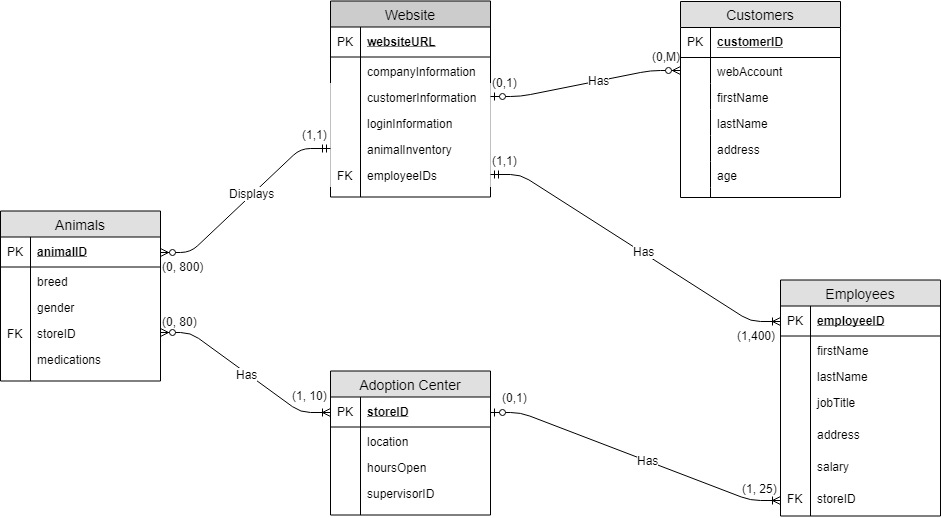
Before: Group Assignment 2.png, a diagram exported from draw.io (mtu5017/IST210). Source tidied: cells renumbered, new cells last; positions are measured from the earlier drawing's top-left corner, leaving out a move shared by most shapes.
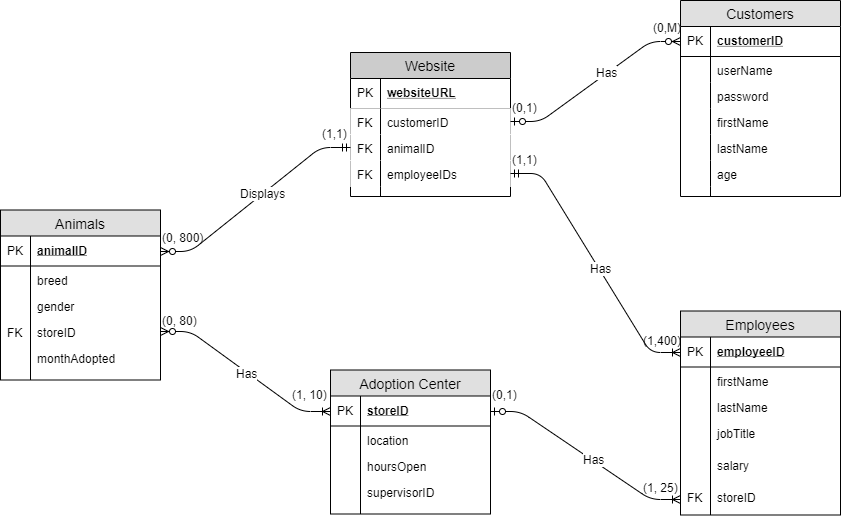
Later version of the same file.

Change to the diagram source:
```diff
@@ -3,7 +3,7 @@
     <mxCell id="0" />
     <mxCell id="1" parent="0" />
     <mxCell id="2" value="Employees" style="swimlane;fontStyle=0;horizontal=1;startSize=26;fillColor=#e0e0e0;swimlaneFillColor=#ffffff;align=center;fontSize=14;" parent="1" vertex="1">
-      <mxGeometry x="780" y="278.5" width="160" height="236" as="geometry" />
+      <mxGeometry x="680" y="310.5" width="160" height="204" as="geometry" />
     </mxCell>
     <mxCell id="3" value="employeeID" style="shape=partialRectangle;top=0;left=0;right=0;bottom=1;align=left;verticalAlign=middle;fillColor=none;spacingLeft=34;spacingRight=4;overflow=hidden;points=[[0,0.5],[1,0.5]];portConstraint=eastwest;fontStyle=5;fontSize=12;" parent="2" vertex="1">
       <mxGeometry y="26" width="160" height="30" as="geometry" />
@@ -35,20 +35,14 @@
     <mxCell id="12" style="shape=partialRectangle;top=0;left=0;bottom=0;fillColor=none;align=left;verticalAlign=top;spacingLeft=4;spacingRight=4;overflow=hidden;fontSize=12;" parent="11" vertex="1">
       <mxGeometry width="30" height="32" as="geometry" />
     </mxCell>
-    <mxCell id="13" value="address" style="shape=partialRectangle;top=0;left=0;right=0;bottom=0;align=left;verticalAlign=top;fillColor=none;spacingLeft=34;spacingRight=4;overflow=hidden;fontSize=12;" parent="2" vertex="1">
-      <mxGeometry y="140" width="160" height="32" as="geometry" />
-    </mxCell>
-    <mxCell id="14" style="shape=partialRectangle;top=0;left=0;bottom=0;fillColor=none;align=left;verticalAlign=top;spacingLeft=4;spacingRight=4;overflow=hidden;fontSize=12;" parent="13" vertex="1">
-      <mxGeometry width="30" height="32" as="geometry" />
-    </mxCell>
     <mxCell id="15" value="salary" style="shape=partialRectangle;top=0;left=0;right=0;bottom=0;align=left;verticalAlign=top;fillColor=none;spacingLeft=34;spacingRight=4;overflow=hidden;fontSize=12;" parent="2" vertex="1">
-      <mxGeometry y="172" width="160" height="32" as="geometry" />
+      <mxGeometry y="140" width="160" height="32" as="geometry" />
     </mxCell>
     <mxCell id="16" style="shape=partialRectangle;top=0;left=0;bottom=0;fillColor=none;align=left;verticalAlign=top;spacingLeft=4;spacingRight=4;overflow=hidden;fontSize=12;" parent="15" vertex="1">
       <mxGeometry width="30" height="32" as="geometry" />
     </mxCell>
     <mxCell id="17" value="storeID" style="shape=partialRectangle;top=0;left=0;right=0;bottom=0;align=left;verticalAlign=top;fillColor=none;spacingLeft=34;spacingRight=4;overflow=hidden;points=[[0,0.5],[1,0.5]];portConstraint=eastwest;fontSize=12;" parent="2" vertex="1">
-      <mxGeometry y="204" width="160" height="32" as="geometry" />
+      <mxGeometry y="172" width="160" height="32" as="geometry" />
     </mxCell>
     <mxCell id="18" value="FK" style="shape=partialRectangle;top=0;left=0;bottom=0;fillColor=none;align=left;verticalAlign=top;spacingLeft=4;spacingRight=4;overflow=hidden;fontSize=12;" parent="17" vertex="1">
       <mxGeometry width="30" height="32" as="geometry" />
@@ -80,12 +74,12 @@
     <mxCell id="27" value="FK" style="shape=partialRectangle;top=0;left=0;bottom=0;fillColor=none;align=left;verticalAlign=top;spacingLeft=4;spacingRight=4;overflow=hidden;fontSize=12;" parent="26" vertex="1">
       <mxGeometry width="30" height="26" as="geometry" />
     </mxCell>
-    <mxCell id="28" value="medications" style="shape=partialRectangle;top=0;left=0;right=0;bottom=0;align=left;verticalAlign=top;fillColor=none;spacingLeft=34;spacingRight=4;overflow=hidden;fontSize=12;" parent="19" vertex="1">
-      <mxGeometry y="134" width="160" height="26" as="geometry" />
-    </mxCell>
-    <mxCell id="29" style="shape=partialRectangle;top=0;left=0;bottom=0;fillColor=none;align=left;verticalAlign=top;spacingLeft=4;spacingRight=4;overflow=hidden;fontSize=12;" parent="28" vertex="1">
-      <mxGeometry width="30" height="26" as="geometry" />
-    </mxCell>
+    <mxCell id="93" value="monthAdopted" style="shape=partialRectangle;top=0;left=0;right=0;bottom=0;align=left;verticalAlign=top;fillColor=none;spacingLeft=34;spacingRight=4;overflow=hidden;fontSize=12;" parent="19" vertex="1">
+      <mxGeometry y="134" width="160" height="26" as="geometry" />
+    </mxCell>
+    <mxCell id="94" style="shape=partialRectangle;top=0;left=0;bottom=0;fillColor=none;align=left;verticalAlign=top;spacingLeft=4;spacingRight=4;overflow=hidden;fontSize=12;" parent="93" vertex="1">
+      <mxGeometry width="30" height="26" as="geometry" />
+    </mxCell>
     <mxCell id="30" style="shape=partialRectangle;top=0;left=0;right=0;bottom=0;align=left;verticalAlign=top;fillColor=none;spacingLeft=34;spacingRight=4;overflow=hidden;fontSize=12;" parent="19" vertex="1">
       <mxGeometry y="160" width="160" height="10" as="geometry" />
     </mxCell>
@@ -134,25 +128,25 @@
     <mxCell id="45" value="PK" style="shape=partialRectangle;top=0;left=0;bottom=0;fillColor=none;align=left;verticalAlign=middle;spacingLeft=4;spacingRight=4;overflow=hidden;fontSize=12;" parent="44" vertex="1">
       <mxGeometry width="30" height="30" as="geometry" />
     </mxCell>
-    <mxCell id="46" value="webAccount" style="shape=partialRectangle;top=0;left=0;right=0;bottom=0;align=left;verticalAlign=top;fillColor=none;spacingLeft=34;spacingRight=4;overflow=hidden;points=[[0,0.5],[1,0.5]];portConstraint=eastwest;fontSize=12;" parent="43" vertex="1">
+    <mxCell id="46" value="userName&#10;" style="shape=partialRectangle;top=0;left=0;right=0;bottom=0;align=left;verticalAlign=top;fillColor=none;spacingLeft=34;spacingRight=4;overflow=hidden;points=[[0,0.5],[1,0.5]];portConstraint=eastwest;fontSize=12;" parent="43" vertex="1">
       <mxGeometry y="56" width="160" height="26" as="geometry" />
     </mxCell>
     <mxCell id="47" style="shape=partialRectangle;top=0;left=0;bottom=0;fillColor=none;align=left;verticalAlign=top;spacingLeft=4;spacingRight=4;overflow=hidden;fontSize=12;" parent="46" vertex="1">
       <mxGeometry width="30" height="26" as="geometry" />
     </mxCell>
-    <mxCell id="48" value="firstName" style="shape=partialRectangle;top=0;left=0;right=0;bottom=0;align=left;verticalAlign=top;fillColor=none;spacingLeft=34;spacingRight=4;overflow=hidden;fontSize=12;" parent="43" vertex="1">
+    <mxCell id="48" value="password" style="shape=partialRectangle;top=0;left=0;right=0;bottom=0;align=left;verticalAlign=top;fillColor=none;spacingLeft=34;spacingRight=4;overflow=hidden;fontSize=12;" parent="43" vertex="1">
       <mxGeometry y="82" width="160" height="26" as="geometry" />
     </mxCell>
     <mxCell id="49" style="shape=partialRectangle;top=0;left=0;bottom=0;fillColor=none;align=left;verticalAlign=top;spacingLeft=4;spacingRight=4;overflow=hidden;fontSize=12;" parent="48" vertex="1">
       <mxGeometry width="30" height="26" as="geometry" />
     </mxCell>
-    <mxCell id="50" value="lastName" style="shape=partialRectangle;top=0;left=0;right=0;bottom=0;align=left;verticalAlign=top;fillColor=none;spacingLeft=34;spacingRight=4;overflow=hidden;fontSize=12;" parent="43" vertex="1">
+    <mxCell id="50" value="firstName" style="shape=partialRectangle;top=0;left=0;right=0;bottom=0;align=left;verticalAlign=top;fillColor=none;spacingLeft=34;spacingRight=4;overflow=hidden;fontSize=12;" parent="43" vertex="1">
       <mxGeometry y="108" width="160" height="26" as="geometry" />
     </mxCell>
     <mxCell id="51" style="shape=partialRectangle;top=0;left=0;bottom=0;fillColor=none;align=left;verticalAlign=top;spacingLeft=4;spacingRight=4;overflow=hidden;fontSize=12;" parent="50" vertex="1">
       <mxGeometry width="30" height="26" as="geometry" />
     </mxCell>
-    <mxCell id="52" value="address" style="shape=partialRectangle;top=0;left=0;right=0;bottom=0;align=left;verticalAlign=top;fillColor=none;spacingLeft=34;spacingRight=4;overflow=hidden;fontSize=12;" parent="43" vertex="1">
+    <mxCell id="52" value="lastName" style="shape=partialRectangle;top=0;left=0;right=0;bottom=0;align=left;verticalAlign=top;fillColor=none;spacingLeft=34;spacingRight=4;overflow=hidden;fontSize=12;" parent="43" vertex="1">
       <mxGeometry y="134" width="160" height="26" as="geometry" />
     </mxCell>
     <mxCell id="53" style="shape=partialRectangle;top=0;left=0;bottom=0;fillColor=none;align=left;verticalAlign=top;spacingLeft=4;spacingRight=4;overflow=hidden;fontSize=12;" parent="52" vertex="1">
@@ -171,7 +165,7 @@
       <mxGeometry width="30" height="10" as="geometry" />
     </mxCell>
     <mxCell id="58" value="Website" style="swimlane;fontStyle=0;horizontal=1;startSize=26;fillColor=#CCCCCC;swimlaneFillColor=#ffffff;align=center;fontSize=14;gradientColor=none;" parent="1" vertex="1">
-      <mxGeometry x="330" y="-0.5" width="160" height="196" as="geometry" />
+      <mxGeometry x="350" y="52" width="160" height="144" as="geometry" />
     </mxCell>
     <mxCell id="59" value="websiteURL" style="shape=partialRectangle;top=0;left=0;right=0;bottom=1;align=left;verticalAlign=middle;fillColor=none;spacingLeft=34;spacingRight=4;overflow=hidden;fontStyle=5;fontSize=12;" parent="58" vertex="1">
       <mxGeometry y="26" width="160" height="30" as="geometry" />
@@ -179,38 +173,26 @@
     <mxCell id="60" value="PK" style="shape=partialRectangle;top=0;left=0;bottom=0;fillColor=none;align=left;verticalAlign=middle;spacingLeft=4;spacingRight=4;overflow=hidden;fontSize=12;" parent="59" vertex="1">
       <mxGeometry width="30" height="30" as="geometry" />
     </mxCell>
-    <mxCell id="61" value="companyInformation" style="shape=partialRectangle;top=0;left=0;right=0;bottom=0;align=left;verticalAlign=top;fillColor=none;spacingLeft=34;spacingRight=4;overflow=hidden;fontSize=12;" parent="58" vertex="1">
-      <mxGeometry y="56" width="160" height="26" as="geometry" />
-    </mxCell>
-    <mxCell id="62" style="shape=partialRectangle;top=0;left=0;bottom=0;fillColor=none;align=left;verticalAlign=top;spacingLeft=4;spacingRight=4;overflow=hidden;fontSize=12;" parent="61" vertex="1">
-      <mxGeometry width="30" height="26" as="geometry" />
-    </mxCell>
-    <mxCell id="63" value="customerInformation" style="shape=partialRectangle;top=0;left=0;right=0;bottom=0;align=left;verticalAlign=top;spacingLeft=34;spacingRight=4;overflow=hidden;points=[[0,0.5],[1,0.5]];portConstraint=eastwest;fontSize=12;strokeColor=#000000;shadow=0;" parent="58" vertex="1">
-      <mxGeometry y="82" width="160" height="26" as="geometry" />
+    <mxCell id="63" value="customerID" style="shape=partialRectangle;top=0;left=0;right=0;bottom=0;align=left;verticalAlign=top;spacingLeft=34;spacingRight=4;overflow=hidden;points=[[0,0.5],[1,0.5]];portConstraint=eastwest;fontSize=12;strokeColor=#000000;shadow=0;" parent="58" vertex="1">
+      <mxGeometry y="56" width="160" height="26" as="geometry" />
     </mxCell>
-    <mxCell id="64" style="shape=partialRectangle;top=0;left=0;bottom=0;fillColor=none;align=left;verticalAlign=top;spacingLeft=4;spacingRight=4;overflow=hidden;fontSize=12;" parent="63" vertex="1">
+    <mxCell id="64" value="FK" style="shape=partialRectangle;top=0;left=0;bottom=0;fillColor=none;align=left;verticalAlign=top;spacingLeft=4;spacingRight=4;overflow=hidden;fontSize=12;" parent="63" vertex="1">
       <mxGeometry width="30" height="26" as="geometry" />
     </mxCell>
-    <mxCell id="65" value="loginInformation" style="shape=partialRectangle;top=0;left=0;right=0;bottom=0;align=left;verticalAlign=top;spacingLeft=34;spacingRight=4;overflow=hidden;fontSize=12;strokeColor=#000000;" parent="58" vertex="1">
-      <mxGeometry y="108" width="160" height="26" as="geometry" />
-    </mxCell>
-    <mxCell id="66" style="shape=partialRectangle;top=0;left=0;bottom=0;fillColor=none;align=left;verticalAlign=top;spacingLeft=4;spacingRight=4;overflow=hidden;fontSize=12;" parent="65" vertex="1">
-      <mxGeometry width="30" height="26" as="geometry" />
-    </mxCell>
-    <mxCell id="67" value="animalInventory" style="shape=partialRectangle;top=0;left=0;right=0;bottom=0;align=left;verticalAlign=top;spacingLeft=34;spacingRight=4;overflow=hidden;points=[[0,0.5],[1,0.5]];portConstraint=eastwest;fontSize=12;strokeColor=#000000;" parent="58" vertex="1">
-      <mxGeometry y="134" width="160" height="26" as="geometry" />
+    <mxCell id="67" value="animalID" style="shape=partialRectangle;top=0;left=0;right=0;bottom=0;align=left;verticalAlign=top;spacingLeft=34;spacingRight=4;overflow=hidden;points=[[0,0.5],[1,0.5]];portConstraint=eastwest;fontSize=12;strokeColor=#000000;" parent="58" vertex="1">
+      <mxGeometry y="82" width="160" height="26" as="geometry" />
     </mxCell>
-    <mxCell id="68" style="shape=partialRectangle;top=0;left=0;bottom=0;fillColor=none;align=left;verticalAlign=top;spacingLeft=4;spacingRight=4;overflow=hidden;fontSize=12;" parent="67" vertex="1">
+    <mxCell id="68" value="FK" style="shape=partialRectangle;top=0;left=0;bottom=0;fillColor=none;align=left;verticalAlign=top;spacingLeft=4;spacingRight=4;overflow=hidden;fontSize=12;" parent="67" vertex="1">
       <mxGeometry width="30" height="26" as="geometry" />
     </mxCell>
     <mxCell id="69" value="employeeIDs" style="shape=partialRectangle;top=0;left=0;right=0;bottom=0;align=left;verticalAlign=top;spacingLeft=34;spacingRight=4;overflow=hidden;points=[[0,0.5],[1,0.5]];portConstraint=eastwest;fontSize=12;strokeColor=#000000;" parent="58" vertex="1">
-      <mxGeometry y="160" width="160" height="26" as="geometry" />
+      <mxGeometry y="108" width="160" height="26" as="geometry" />
     </mxCell>
     <mxCell id="70" value="FK" style="shape=partialRectangle;top=0;left=0;bottom=0;fillColor=none;align=left;verticalAlign=top;spacingLeft=4;spacingRight=4;overflow=hidden;fontSize=12;" parent="69" vertex="1">
       <mxGeometry width="30" height="26" as="geometry" />
     </mxCell>
     <mxCell id="71" style="shape=partialRectangle;top=0;left=0;right=0;bottom=0;align=left;verticalAlign=top;fillColor=none;spacingLeft=34;spacingRight=4;overflow=hidden;fontSize=12;" parent="58" vertex="1">
-      <mxGeometry y="186" width="160" height="10" as="geometry" />
+      <mxGeometry y="134" width="160" height="10" as="geometry" />
     </mxCell>
     <mxCell id="72" style="shape=partialRectangle;top=0;left=0;bottom=0;fillColor=none;align=left;verticalAlign=top;spacingLeft=4;spacingRight=4;overflow=hidden;fontSize=12;" parent="71" vertex="1">
       <mxGeometry width="30" height="10" as="geometry" />
@@ -234,10 +216,10 @@
       <mxGeometry x="0.08" y="1" relative="1" as="geometry" />
     </mxCell>
     <mxCell id="79" value="(0,1)" style="text;html=1;align=left;verticalAlign=top;spacingTop=-4;" parent="1" vertex="1">
-      <mxGeometry x="500" y="386.5" width="40" height="20" as="geometry" />
+      <mxGeometry x="490" y="384.5" width="40" height="20" as="geometry" />
     </mxCell>
     <mxCell id="80" value="(1, 25)" style="text;html=1;align=left;verticalAlign=top;spacingTop=-4;" parent="1" vertex="1">
-      <mxGeometry x="740" y="477.5" width="50" height="20" as="geometry" />
+      <mxGeometry x="641" y="478" width="50" height="20" as="geometry" />
     </mxCell>
     <mxCell id="81" style="edgeStyle=entityRelationEdgeStyle;fontSize=12;html=1;endArrow=ERmandOne;endFill=0;exitX=1;exitY=0.5;exitDx=0;exitDy=0;entryX=0;entryY=0.5;entryDx=0;entryDy=0;startArrow=ERzeroToMany;startFill=1;" parent="1" edge="1" source="20" target="67">
       <mxGeometry relative="1" as="geometry" />
@@ -248,22 +230,22 @@
       </mxGeometry>
     </mxCell>
     <mxCell id="83" value="(0, 800)" style="text;html=1;align=left;verticalAlign=top;spacingTop=-4;" parent="1" vertex="1">
-      <mxGeometry x="160" y="255.5" width="60" height="20" as="geometry" />
+      <mxGeometry x="160" y="228" width="60" height="20" as="geometry" />
     </mxCell>
     <mxCell id="84" value="(1,1)" style="text;html=1;align=left;verticalAlign=top;spacingTop=-4;" parent="1" vertex="1">
-      <mxGeometry x="300" y="123.5" width="40" height="20" as="geometry" />
+      <mxGeometry x="320" y="124" width="40" height="20" as="geometry" />
     </mxCell>
-    <mxCell id="85" style="edgeStyle=entityRelationEdgeStyle;fontSize=12;html=1;endArrow=ERzeroToMany;exitX=1;exitY=0.5;exitDx=0;exitDy=0;entryX=0;entryY=0.5;entryDx=0;entryDy=0;startArrow=ERzeroToOne;startFill=1;endFill=1;" parent="1" edge="1" source="63" target="46">
+    <mxCell id="85" style="edgeStyle=entityRelationEdgeStyle;fontSize=12;html=1;endArrow=ERzeroToMany;exitX=1;exitY=0.5;exitDx=0;exitDy=0;entryX=0;entryY=0.5;entryDx=0;entryDy=0;startArrow=ERzeroToOne;startFill=1;endFill=1;" parent="1" edge="1" source="63" target="44">
       <mxGeometry relative="1" as="geometry" />
     </mxCell>
     <mxCell id="86" value="Has" style="text;html=1;align=center;verticalAlign=middle;labelBackgroundColor=#ffffff;" parent="85" vertex="1">
       <mxGeometry x="0.14" y="1" relative="1" as="geometry" />
     </mxCell>
     <mxCell id="87" value="(0,1)" style="text;html=1;align=left;verticalAlign=top;spacingTop=-4;" parent="1" vertex="1">
-      <mxGeometry x="490" y="71.5" width="40" height="20" as="geometry" />
+      <mxGeometry x="510" y="98" width="40" height="20" as="geometry" />
     </mxCell>
     <mxCell id="88" value="(0,M)" style="text;html=1;align=left;verticalAlign=top;spacingTop=-4;" parent="1" vertex="1">
-      <mxGeometry x="650" y="46" width="40" height="20" as="geometry" />
+      <mxGeometry x="651" y="18" width="40" height="20" as="geometry" />
     </mxCell>
     <mxCell id="89" style="edgeStyle=entityRelationEdgeStyle;fontSize=12;html=1;endArrow=ERoneToMany;exitX=1;exitY=0.5;exitDx=0;exitDy=0;entryX=0;entryY=0.5;entryDx=0;entryDy=0;startArrow=ERmandOne;startFill=0;" parent="1" edge="1" source="69" target="3">
       <mxGeometry relative="1" as="geometry" />
@@ -272,10 +254,10 @@
       <mxGeometry x="0.05" y="2" relative="1" as="geometry" />
     </mxCell>
     <mxCell id="91" value="(1,1)" style="text;html=1;align=left;verticalAlign=top;spacingTop=-4;" parent="1" vertex="1">
-      <mxGeometry x="490" y="149.5" width="40" height="20" as="geometry" />
+      <mxGeometry x="510" y="150" width="40" height="20" as="geometry" />
     </mxCell>
     <mxCell id="92" value="(1,400)" style="text;html=1;align=left;verticalAlign=top;spacingTop=-4;" parent="1" vertex="1">
-      <mxGeometry x="735" y="324.5" width="50" height="20" as="geometry" />
+      <mxGeometry x="641" y="330.5" width="50" height="20" as="geometry" />
     </mxCell>
   </root>
 </mxGraphModel>
```
